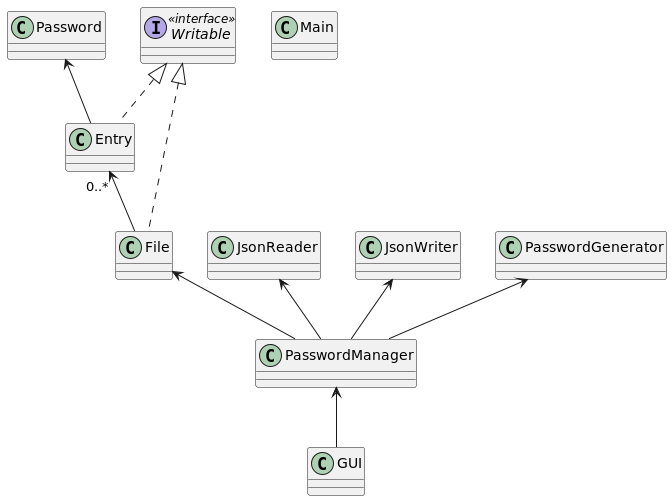
Before: UML_Design_Diagram.png, a diagram exported from PlantUML (aaryan-rampal/Password-Manager).
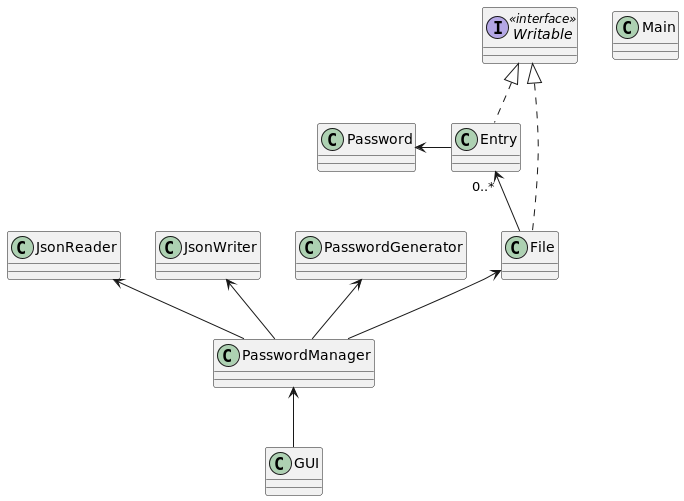
After the commit.

Change to the diagram source:
```diff
@@ -10,7 +10,7 @@
 class PasswordGenerator
 class GUI
 
-Password <-- Entry
+Password <- Entry
 
 Writable <|.. File
 Writable <|.. Entry
```
